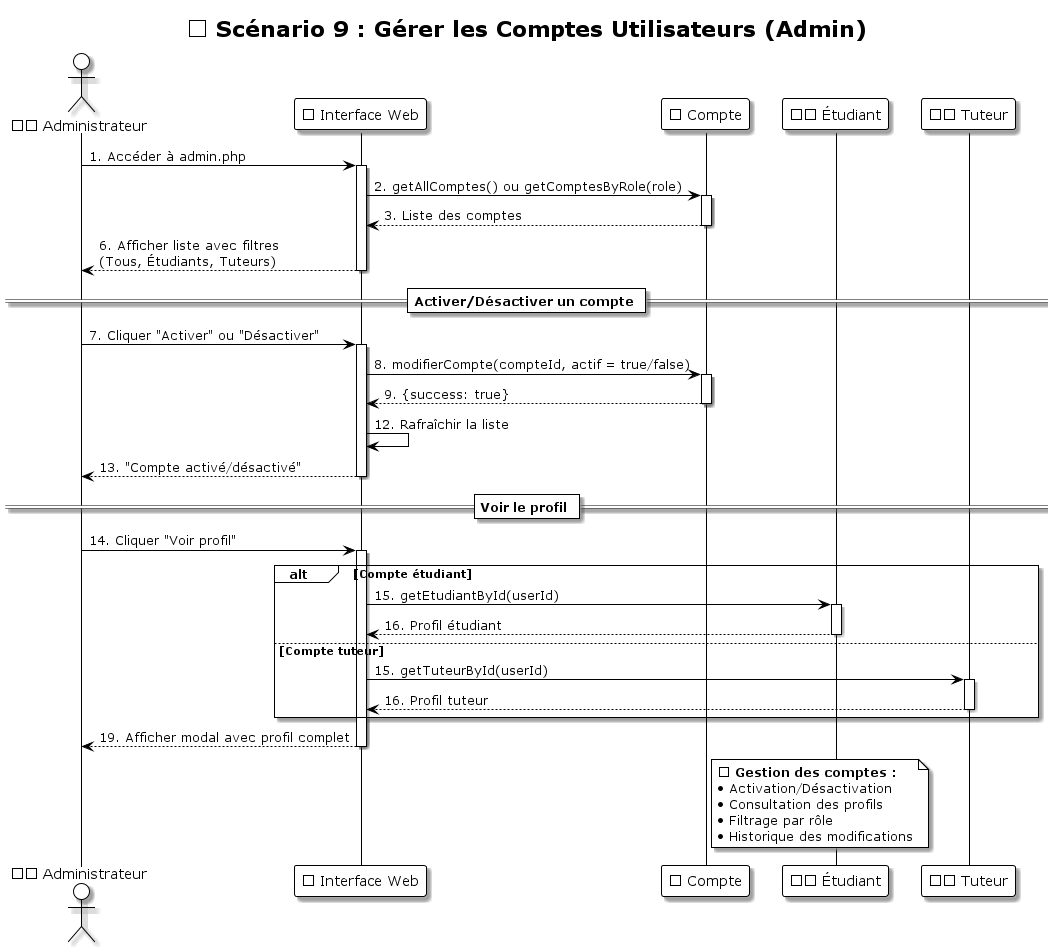
Above: UML/diagrammes_sequence/Sequence_09_Gerer_Comptes.png in LLAbdul/LLAbdul-projet-tutoplus (PlantUML), before the change.
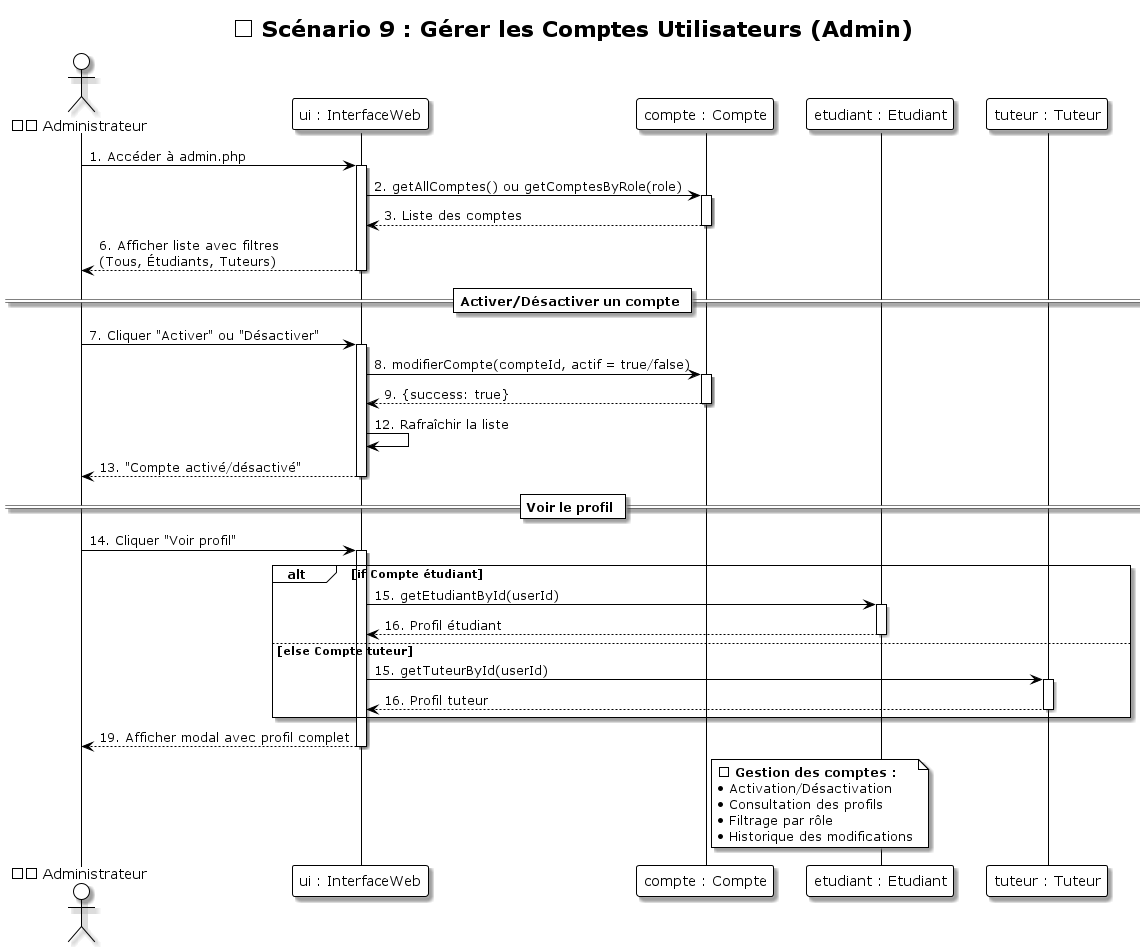
The same file after the commit.

Commit message:
update diagrame de sequence

What changed in the source:
```diff
@@ -6,10 +6,10 @@
 title 👥 Scénario 9 : Gérer les Comptes Utilisateurs (Admin)
 
 actor "👨‍💼 Administrateur" as Admin
-participant "🌐 Interface Web" as UI
-participant "🔐 Compte" as Compte
-participant "👨‍🎓 Étudiant" as Etudiant
-participant "👨‍🏫 Tuteur" as Tuteur
+participant "ui : InterfaceWeb" as UI
+participant "compte : Compte" as Compte
+participant "etudiant : Etudiant" as Etudiant
+participant "tuteur : Tuteur" as Tuteur
 
 Admin -> UI: 1. Accéder à admin.php
 activate UI
@@ -37,12 +37,12 @@
 == Voir le profil ==
 Admin -> UI: 14. Cliquer "Voir profil"
 activate UI
-alt Compte étudiant
+alt if Compte étudiant
     UI -> Etudiant: 15. getEtudiantById(userId)
     activate Etudiant
     Etudiant --> UI: 16. Profil étudiant
     deactivate Etudiant
-else Compte tuteur
+else else Compte tuteur
     UI -> Tuteur: 15. getTuteurById(userId)
     activate Tuteur
     Tuteur --> UI: 16. Profil tuteur
```
